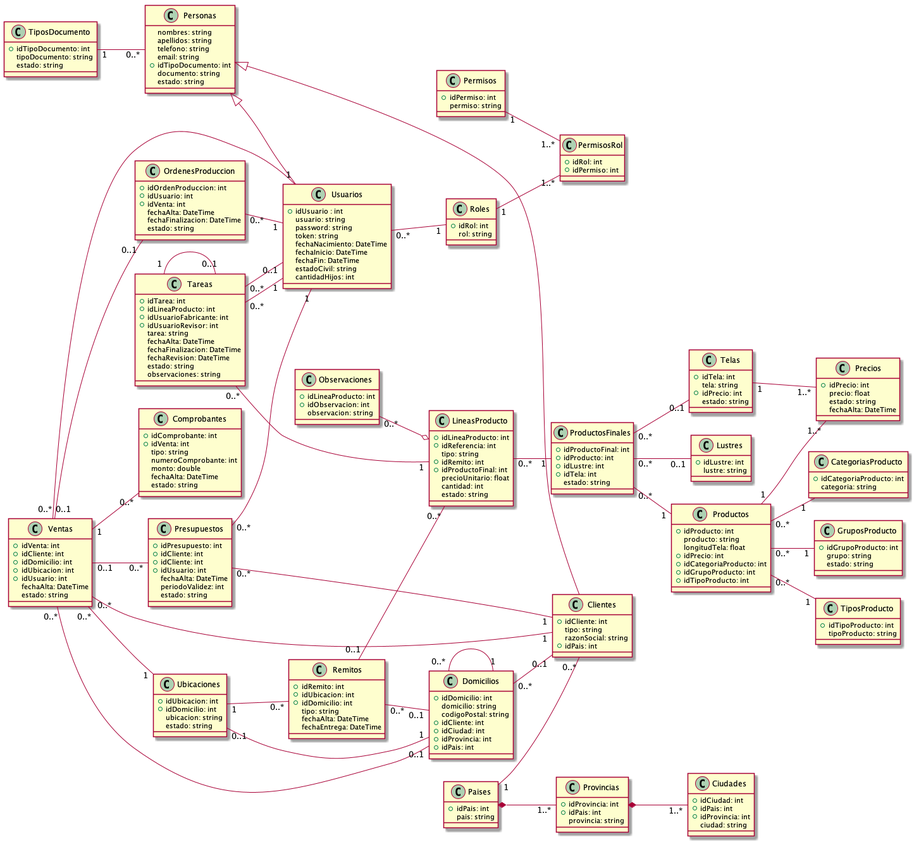
Above: Informe Final/Imagenes/DiagramaClases/Vistas/diagramaClases.png in ZMGestion/DocumentacionZMGestion (PlantUML), before the change.
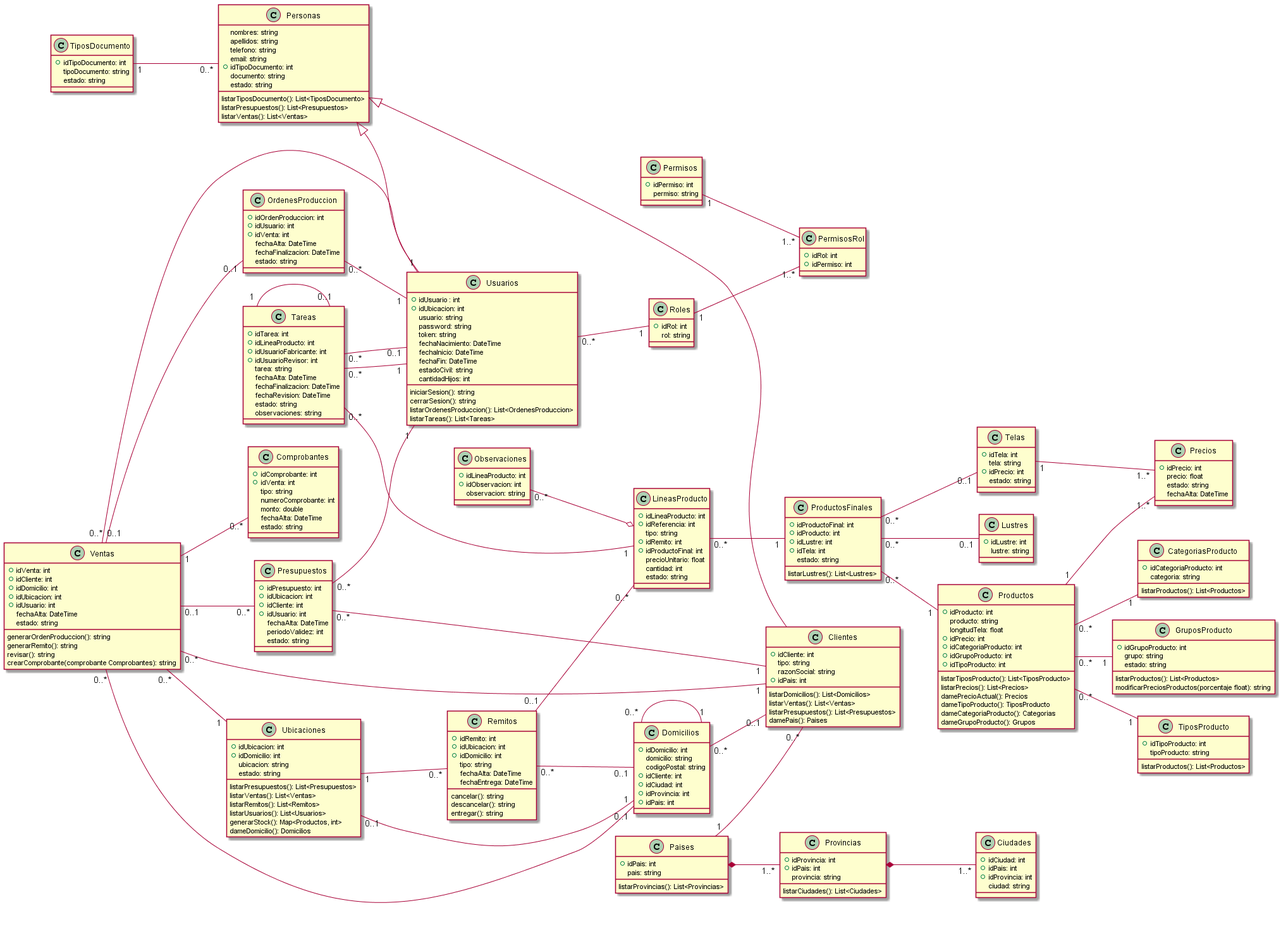
After the change.

Diff of the diagram source:
```diff
@@ -8,9 +8,14 @@
    +idTipoDocumento: int
    documento: string
    estado: string
+
+   listarTiposDocumento(): List<TiposDocumento>
+   listarPresupuestos(): List<Presupuestos>
+   listarVentas(): List<Ventas>
 }
 class Usuarios {
    +idUsuario : int
+   +idUbicacion: int
    usuario: string
    password: string
    token: string
@@ -19,6 +24,11 @@
    fechaFin: DateTime
    estadoCivil: string
    cantidadHijos: int
+
+   iniciarSesion(): string
+   cerrarSesion(): string
+   listarOrdenesProduccion(): List<OrdenesProduccion>
+   listarTareas(): List<Tareas>
 }
 class TiposDocumento{
    +idTipoDocumento: int
@@ -42,15 +52,24 @@
     tipo: string
     razonSocial: string
     +idPais: int
+
+    listarDomicilios(): List<Domicilios>
+    listarVentas(): List<Ventas>
+    listarPresupuestos(): List<Presupuestos>
+    damePais(): Paises
 }
 class Paises{
     +idPais: int
     pais: string
+
+    listarProvincias(): List<Provincias>
 }
 class Provincias{
     +idProvincia: int
     +idPais: int
     provincia: string
+
+    listarCiudades(): List<Ciudades>
 }
 class Ciudades{
     +idCiudad: int
@@ -75,19 +94,33 @@
     +idCategoriaProducto: int
     +idGrupoProducto: int
     +idTipoProducto: int
+
+    listarTiposProducto(): List<TiposProducto>
+    listarPrecios(): List<Precios>
+    damePrecioActual(): Precios
+    dameTipoProducto(): TiposProducto
+    dameCategoriaProducto(): Categorias
+    dameGrupoProducto(): Grupos
 }
 class CategoriasProducto{
     +idCategoriaProducto: int
     categoria: string
+
+    listarProductos(): List<Productos>
 }
 class GruposProducto{
     +idGrupoProducto: int
     grupo: string
     estado: string
+
+    listarProductos(): List<Productos>
+    modificarPreciosProductos(porcentaje float): string
 }
 class TiposProducto{
     +idTipoProducto: int
     tipoProducto: string
+
+    listarProductos(): List<Productos>
 }
 class Lustres{
     +idLustre: int
@@ -111,10 +144,12 @@
     +idLustre: int
     +idTela: int
     estado: string
+
+    listarLustres(): List<Lustres>
 }
 class Presupuestos{
     +idPresupuesto: int
-    +idCliente: int
+    +idUbicacion: int
     +idCliente: int
     +idUsuario: int
     fechaAlta: DateTime
@@ -129,6 +164,11 @@
     +idUsuario: int
     fechaAlta: DateTime
     estado: string
+
+    generarOrdenProduccion(): string
+    generarRemito(): string
+    revisar(): string
+    crearComprobante(comprobante Comprobantes): string
 }
 class Comprobantes{
     +idComprobante: int
@@ -169,12 +209,22 @@
     tipo: string
     fechaAlta: DateTime
     fechaEntrega: DateTime
+    cancelar(): string
+    descancelar(): string
+    entregar(): string
 }
 class Ubicaciones{
     +idUbicacion: int
     +idDomicilio: int
     ubicacion: string
     estado: string
+
+    listarPresupuestos(): List<Presupuestos>
+    listarVentas(): List<Ventas>
+    listarRemitos(): List<Remitos>
+    listarUsuarios(): List<Usuarios>
+    generarStock(): Map<Productos, int>
+    dameDomicilio(): Domicilios
 }
 class Tareas{
     +idTarea: int
```
